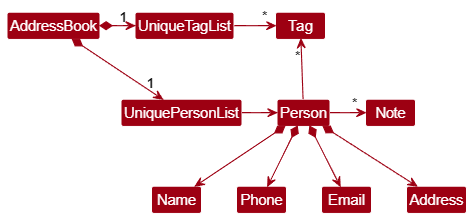
Above: docs/images/BetterModelClassDiagram.png in nus-cs2103-AY2425S1/tp (PlantUML), before the change. Its source is kept beside it as docs/diagrams/BetterModelClassDiagram.puml.
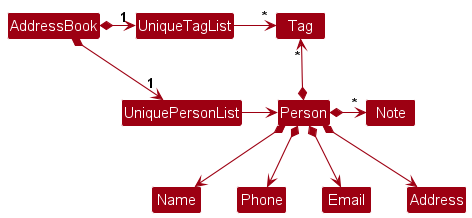
The same diagram one commit later.

Commit message:
Update diagrams and description in DG

Diff of the diagram source:
```diff
@@ -12,8 +12,8 @@
 UniqueTagList -right-> "*" Tag
 UniquePersonList -right-> Person
 
-Person -up-> "*" Tag
-Person -right->"*" Note
+Person *-up-> "*" Tag
+Person *-right->"*" Note
 
 Person *--> Name
 Person *--> Phone
```
